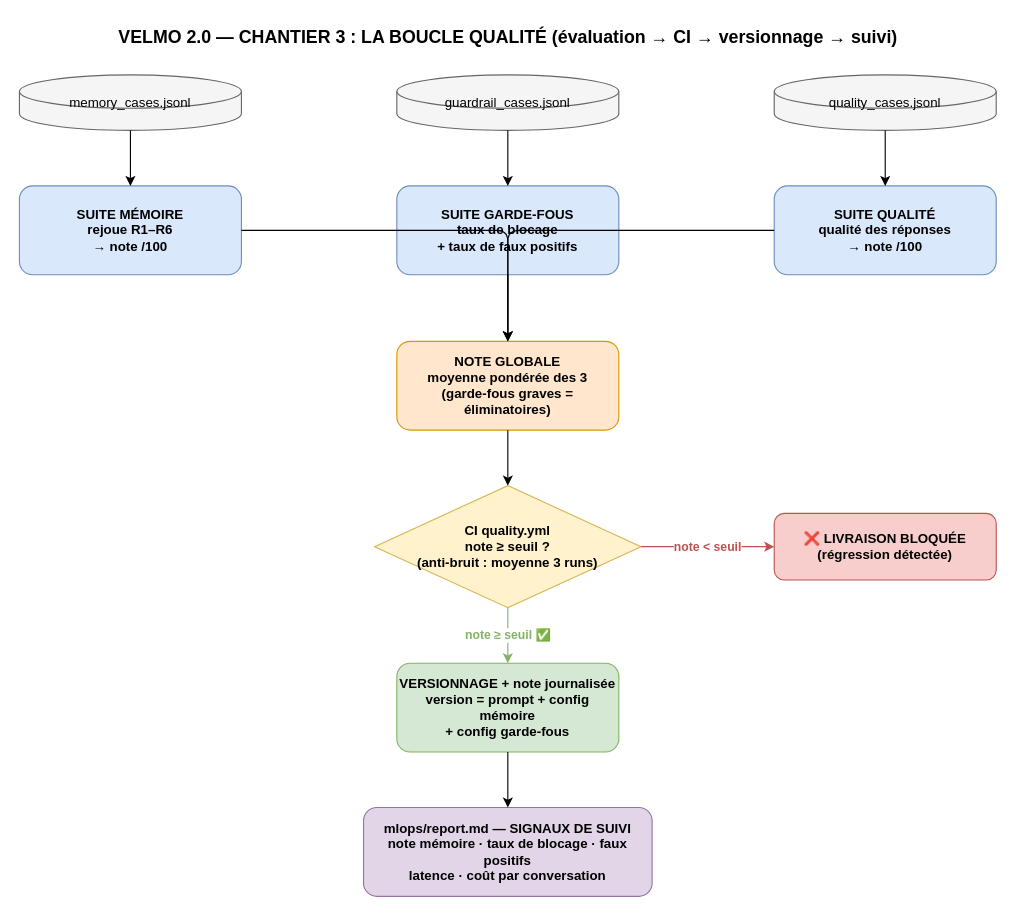
Earlier version of the draw.io diagram docs/chantier3/schema-chantier3-boucle-qualite.drawio (Ganda15/velmo-v2). Source tidied: cells renumbered, new cells numbered last; positions are measured from the earlier drawing's top-left corner, leaving out a move shared by most shapes. Both pictures are drawn from the tidied source at 111%, with x=0, y=0 at pixel (19, 19).
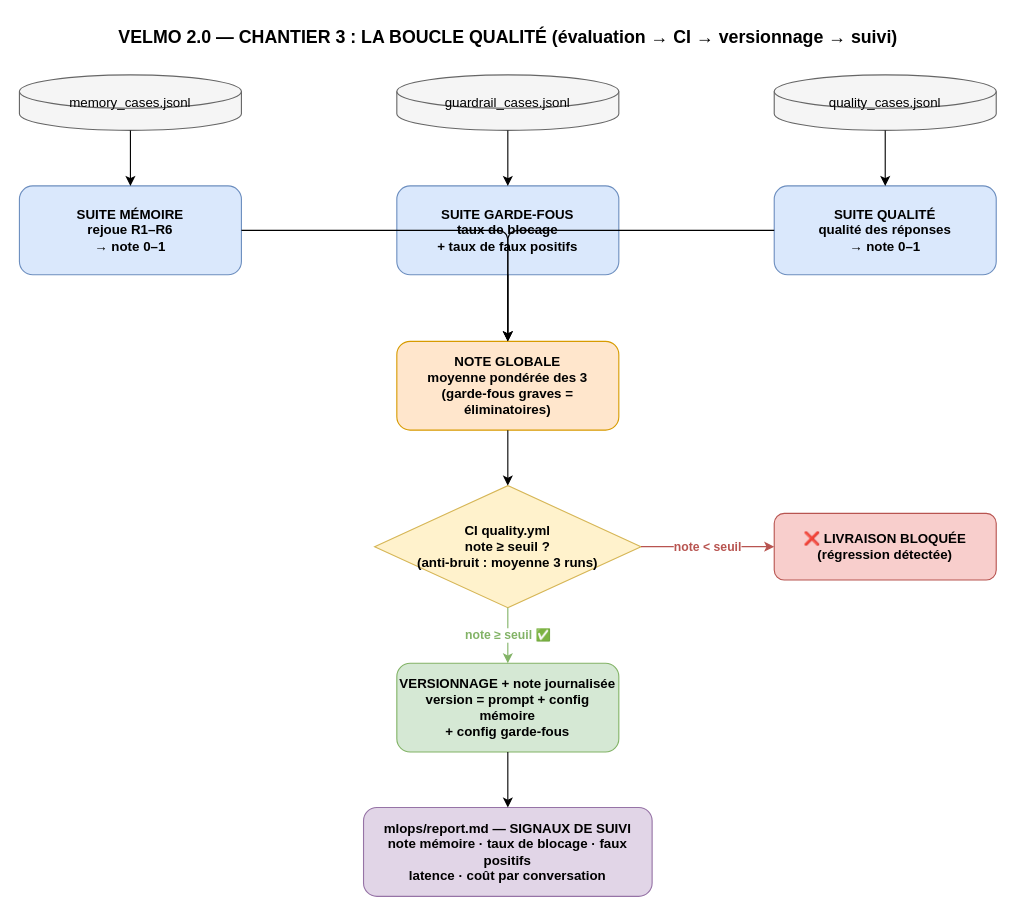
After the change.

Commit message (it also covers changes not shown here):
docs(chantier3): conception validée — schémas, oraux, journal, fiche T004

What changed in the source:
```diff
@@
-    <mxCell id="6" value="SUITE MÉMOIRE&#10;rejoue R1–R6&#10;→ note /100" style="rounded=1;whiteSpace=wrap;html=1;fillColor=#dae8fc;strokeColor=#6c8ebf;fontSize=12;fontStyle=1;" parent="1" vertex="1">
+    <mxCell id="6" value="SUITE MÉMOIRE&#10;rejoue R1–R6&#10;→ note 0–1" style="rounded=1;whiteSpace=wrap;html=1;fillColor=#dae8fc;strokeColor=#6c8ebf;fontSize=12;fontStyle=1;" parent="1" vertex="1">
       <mxGeometry y="150" width="200" height="80" as="geometry" />
     </mxCell>
@@
-    <mxCell id="8" value="SUITE QUALITÉ&#10;qualité des réponses&#10;→ note /100" style="rounded=1;whiteSpace=wrap;html=1;fillColor=#dae8fc;strokeColor=#6c8ebf;fontSize=12;fontStyle=1;" parent="1" vertex="1">
+    <mxCell id="8" value="SUITE QUALITÉ&#10;qualité des réponses&#10;→ note 0–1" style="rounded=1;whiteSpace=wrap;html=1;fillColor=#dae8fc;strokeColor=#6c8ebf;fontSize=12;fontStyle=1;" parent="1" vertex="1">
       <mxGeometry x="680" y="150" width="200" height="80" as="geometry" />
     </mxCell>
```
